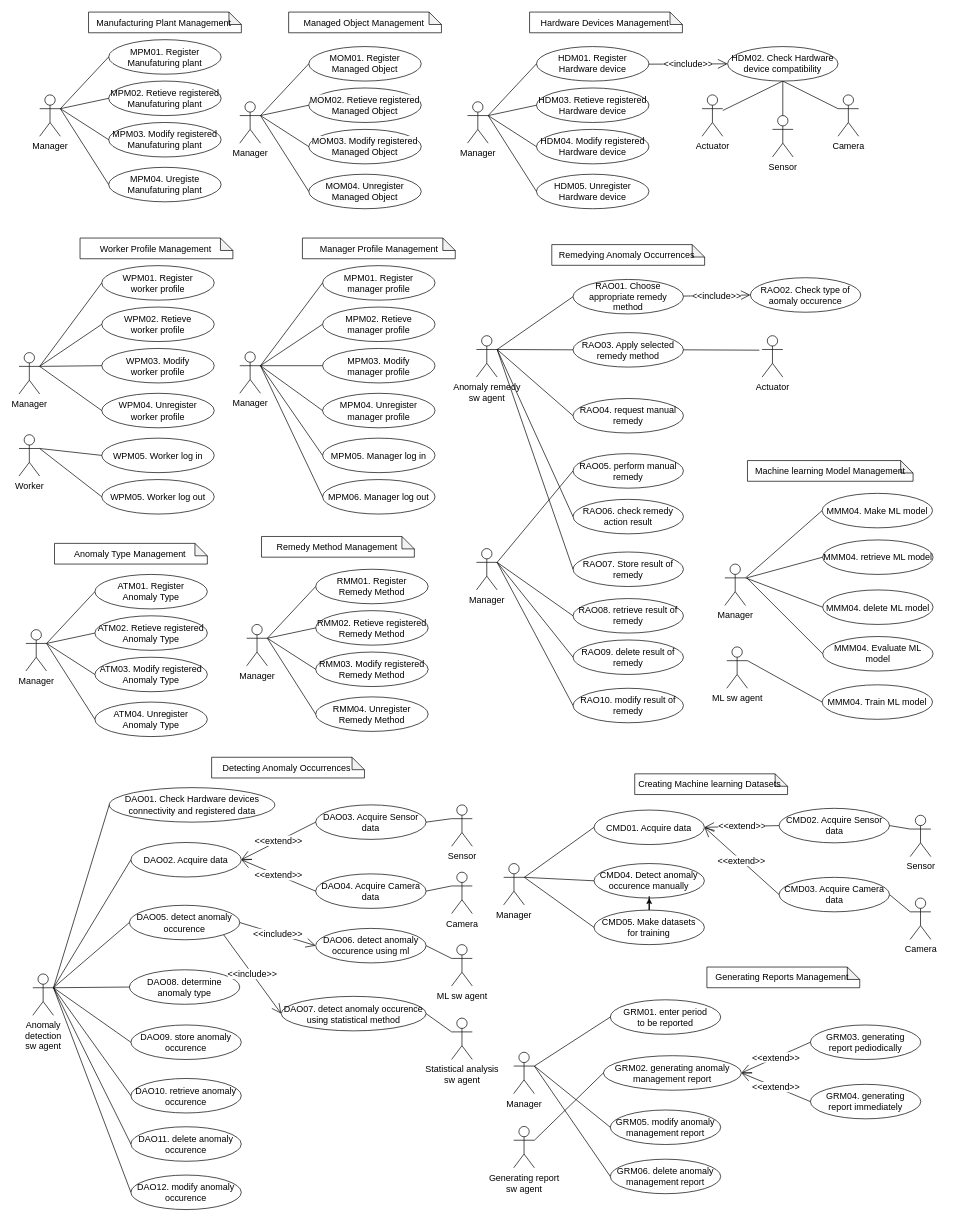
Before: usecase_diagram_refine2.drawio in ShineSoYoung/TEST, a draw.io diagram. Source tidied: cells renumbered, new cells numbered last; positions are measured from the earlier drawing's top-left corner, leaving out a move shared by most shapes. Both pictures are drawn from the tidied source at 69%, with x=0, y=0 at pixel (19, 12).
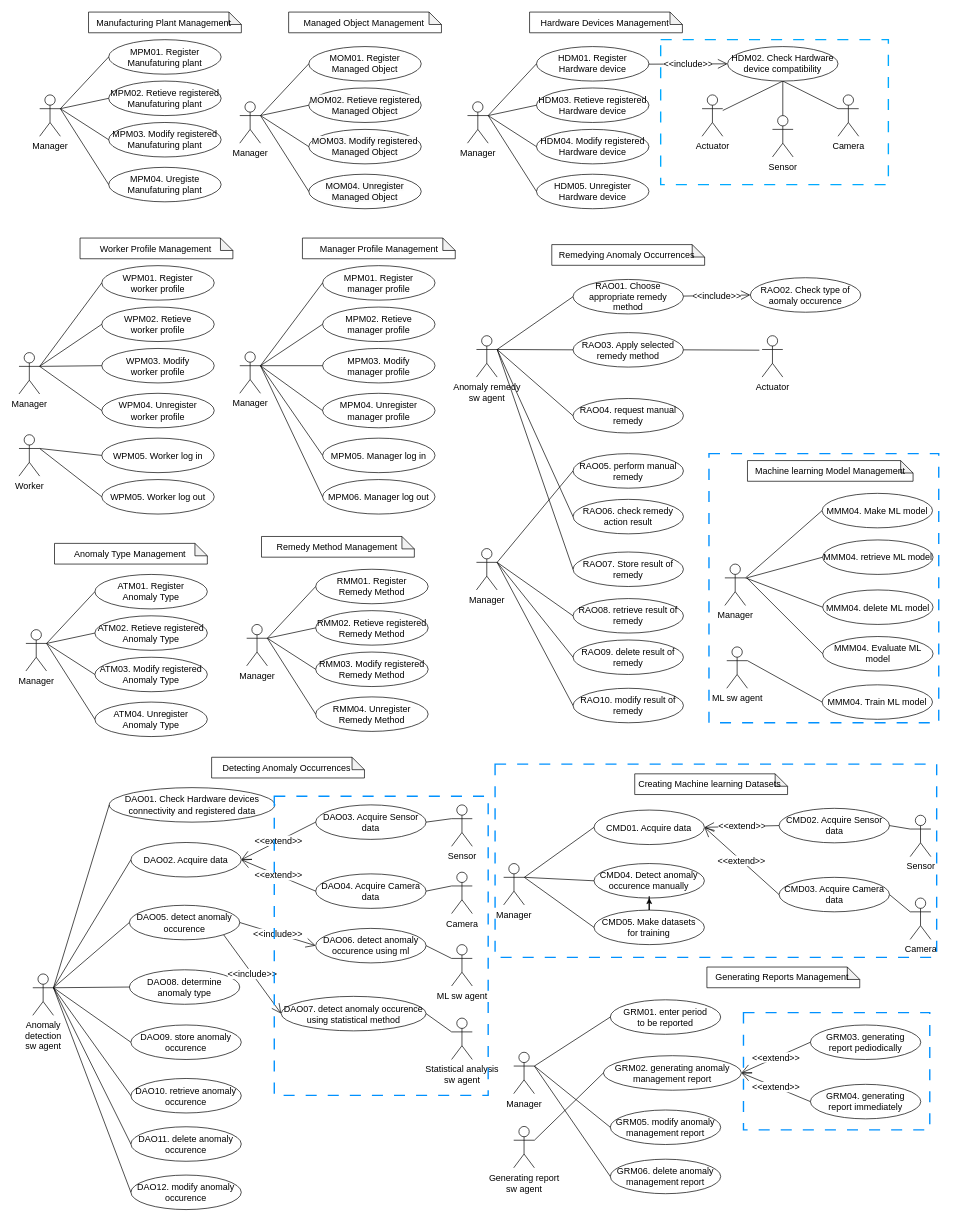
After the change.

Unchanged cells that the change refers to:
```xml
<mxCell id="55" style="group;fontSize=13;" parent="1" vertex="1">
  <mxGeometry x="593" y="320" width="771.8" height="710" as="geometry" />
</mxCell>
```

Change to the diagram source:
```diff
@@
+    <mxCell id="205" style="rounded=0;whiteSpace=wrap;html=1;fillColor=none;dashed=1;dashPattern=8 8;strokeColor=#0091ff;strokeWidth=2;" parent="55" vertex="1">
+      <mxGeometry x="407" y="320" width="333" height="390" as="geometry" />
+    </mxCell>
@@
     <mxCell id="159" style="group;fontSize=13;" parent="1" vertex="1">
-      <mxGeometry x="10" y="1050" width="760" height="671.5" as="geometry" />
+      <mxGeometry x="10" y="1050" width="960" height="671.5" as="geometry" />
     </mxCell>
@@
+    <mxCell id="206" style="rounded=0;whiteSpace=wrap;html=1;fillColor=none;dashed=1;dashPattern=8 8;strokeColor=#0091ff;strokeWidth=2;" parent="159" vertex="1">
+      <mxGeometry x="360" y="86.5" width="310" height="433.5" as="geometry" />
+    </mxCell>
@@
+    <mxCell id="207" style="rounded=0;whiteSpace=wrap;html=1;fillColor=none;dashed=1;dashPattern=8 8;strokeColor=#0091ff;strokeWidth=2;" parent="1" vertex="1">
+      <mxGeometry x="690" y="1090" width="640" height="280" as="geometry" />
+    </mxCell>
+    <mxCell id="208" style="rounded=0;whiteSpace=wrap;html=1;fillColor=none;dashed=1;dashPattern=8 8;strokeColor=#00aaff;strokeWidth=2;" parent="1" vertex="1">
+      <mxGeometry x="930" y="40" width="330" height="210" as="geometry" />
+    </mxCell>
+    <mxCell id="209" style="rounded=0;whiteSpace=wrap;html=1;fillColor=none;dashed=1;dashPattern=8 8;strokeColor=#0091ff;strokeWidth=2;" parent="1" vertex="1">
+      <mxGeometry x="1050" y="1450" width="270" height="170" as="geometry" />
+    </mxCell>
```
